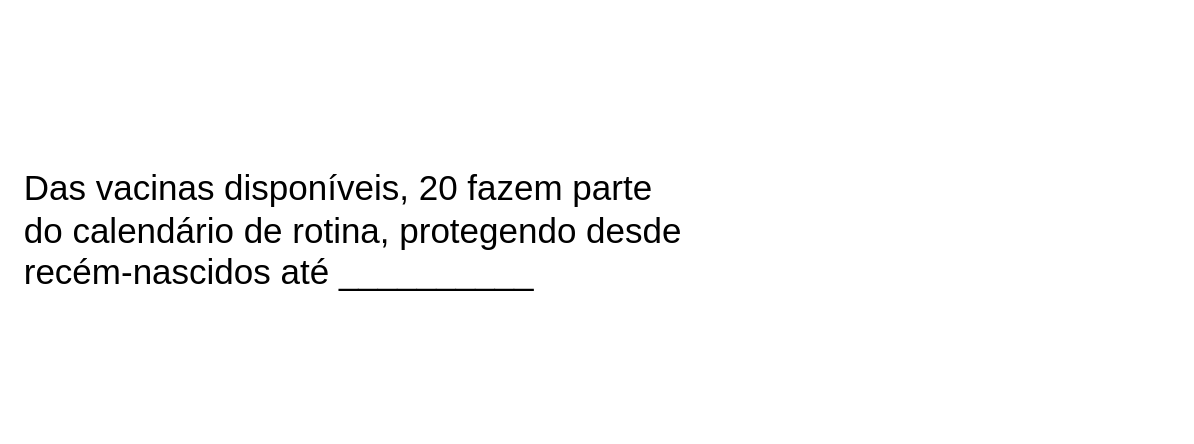
Earlier version of the draw.io diagram sarue_llm.drawio (viniciusrpb/drawio_flowcharts). Source tidied: cells renumbered, new cells numbered last; positions are measured from the earlier drawing's top-left corner, leaving out a move shared by most shapes. Both pictures are drawn from the tidied source at 125%, with x=0, y=0 at pixel (21, 159).
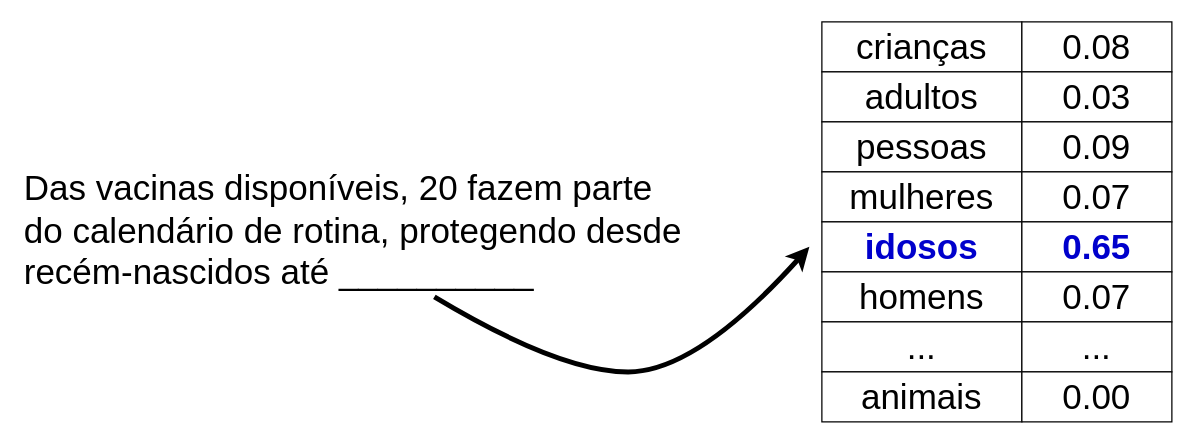
Above is the later version.

The edit, as a diff of the source:
```diff
@@
+    <mxCell id="3" value="crianças" style="rounded=0;whiteSpace=wrap;html=1;fontSize=28;" parent="1" vertex="1">
+      <mxGeometry x="640" y="-110" width="160" height="40" as="geometry" />
+    </mxCell>
+    <mxCell id="4" value="adultos" style="rounded=0;whiteSpace=wrap;html=1;fontSize=28;" parent="1" vertex="1">
+      <mxGeometry x="640" y="-70" width="160" height="40" as="geometry" />
+    </mxCell>
+    <mxCell id="5" value="pessoas" style="rounded=0;whiteSpace=wrap;html=1;fontSize=28;" parent="1" vertex="1">
+      <mxGeometry x="640" y="-30" width="160" height="40" as="geometry" />
+    </mxCell>
+    <mxCell id="6" value="mulheres" style="rounded=0;whiteSpace=wrap;html=1;fontSize=28;" parent="1" vertex="1">
+      <mxGeometry x="640" y="10" width="160" height="40" as="geometry" />
+    </mxCell>
+    <mxCell id="7" value="&lt;span&gt;idosos&lt;/span&gt;" style="rounded=0;whiteSpace=wrap;html=1;fontSize=28;fontStyle=1;fontColor=#0000CC;" parent="1" vertex="1">
+      <mxGeometry x="640" y="50" width="160" height="40" as="geometry" />
+    </mxCell>
+    <mxCell id="8" value="homens" style="rounded=0;whiteSpace=wrap;html=1;fontSize=28;" parent="1" vertex="1">
+      <mxGeometry x="640" y="90" width="160" height="40" as="geometry" />
+    </mxCell>
+    <mxCell id="9" value="0.08" style="rounded=0;whiteSpace=wrap;html=1;fontSize=28;" parent="1" vertex="1">
+      <mxGeometry x="800" y="-110" width="120" height="40" as="geometry" />
+    </mxCell>
+    <mxCell id="10" value="0.03" style="rounded=0;whiteSpace=wrap;html=1;fontSize=28;" parent="1" vertex="1">
+      <mxGeometry x="800" y="-70" width="120" height="40" as="geometry" />
+    </mxCell>
+    <mxCell id="11" value="0.09" style="rounded=0;whiteSpace=wrap;html=1;fontSize=28;" parent="1" vertex="1">
+      <mxGeometry x="800" y="-30" width="120" height="40" as="geometry" />
+    </mxCell>
+    <mxCell id="12" value="0.07" style="rounded=0;whiteSpace=wrap;html=1;fontSize=28;" parent="1" vertex="1">
+      <mxGeometry x="800" y="10" width="120" height="40" as="geometry" />
+    </mxCell>
+    <mxCell id="13" value="&lt;span&gt;0.65&lt;/span&gt;" style="rounded=0;whiteSpace=wrap;html=1;fontSize=28;fontStyle=1;fontColor=#0000CC;" parent="1" vertex="1">
+      <mxGeometry x="800" y="50" width="120" height="40" as="geometry" />
+    </mxCell>
+    <mxCell id="14" value="0.07" style="rounded=0;whiteSpace=wrap;html=1;fontSize=28;" parent="1" vertex="1">
+      <mxGeometry x="800" y="90" width="120" height="40" as="geometry" />
+    </mxCell>
+    <mxCell id="15" value="..." style="rounded=0;whiteSpace=wrap;html=1;fontSize=28;" parent="1" vertex="1">
+      <mxGeometry x="640" y="130" width="160" height="40" as="geometry" />
+    </mxCell>
+    <mxCell id="16" value="..." style="rounded=0;whiteSpace=wrap;html=1;fontSize=28;" parent="1" vertex="1">
+      <mxGeometry x="800" y="130" width="120" height="40" as="geometry" />
+    </mxCell>
+    <mxCell id="17" value="animais" style="rounded=0;whiteSpace=wrap;html=1;fontSize=28;" parent="1" vertex="1">
+      <mxGeometry x="640" y="170" width="160" height="40" as="geometry" />
+    </mxCell>
+    <mxCell id="18" value="0.00" style="rounded=0;whiteSpace=wrap;html=1;fontSize=28;" parent="1" vertex="1">
+      <mxGeometry x="800" y="170" width="120" height="40" as="geometry" />
+    </mxCell>
+    <mxCell id="19" style="curved=1;endArrow=classic;html=1;rounded=0;strokeWidth=4;" parent="1" edge="1">
+      <mxGeometry relative="1" as="geometry">
+        <mxPoint x="330" y="110" as="sourcePoint" />
+        <mxPoint x="630" y="70" as="targetPoint" />
+        <Array as="points">
+          <mxPoint x="430" y="170" />
+          <mxPoint x="540" y="170" />
+        </Array>
+      </mxGeometry>
+    </mxCell>
```
